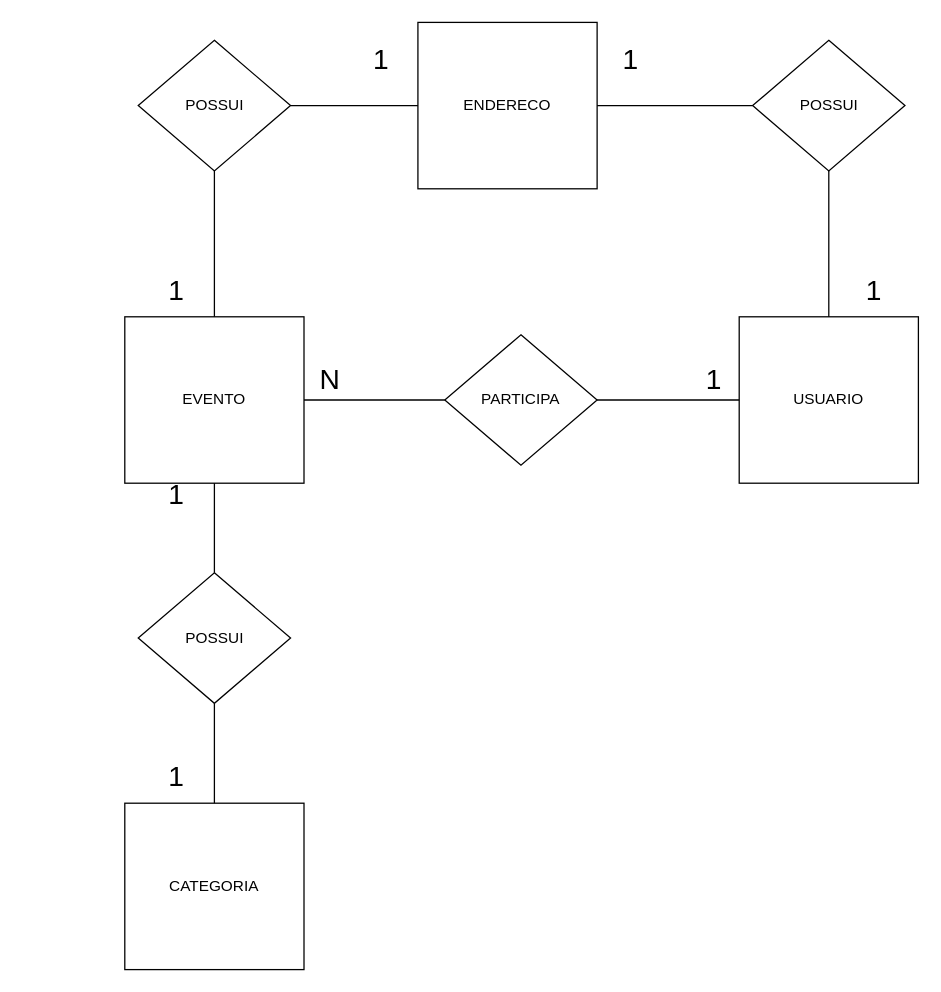
Earlier version of the draw.io diagram Docs/DER_Gepeto.drawio (lukescmg/gepeto). Source tidied: cells renumbered, new cells numbered last; positions are measured from the earlier drawing's top-left corner, leaving out a move shared by most shapes. Both pictures are drawn from the tidied source at 128%, with x=0, y=0 at pixel (124, 22).
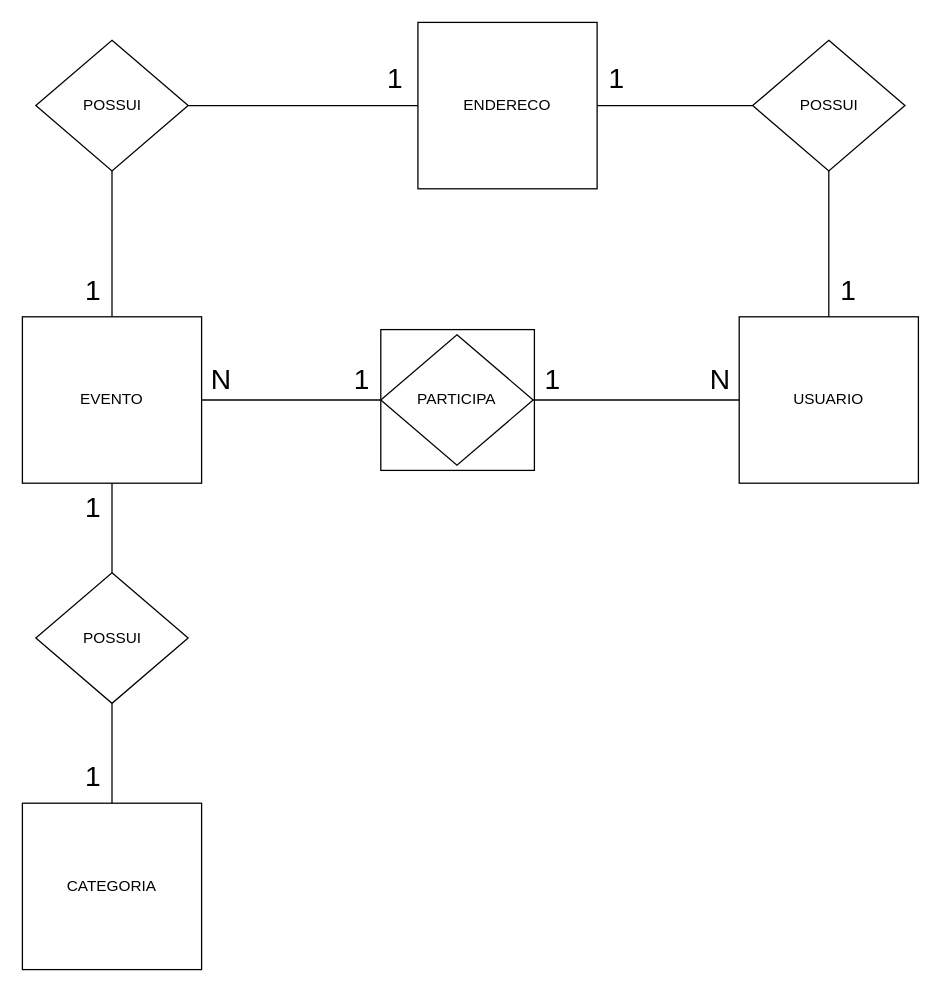
Above is the later version.

Commit message:
alteração do DER

Diff of the diagram source:
```diff
@@
+    <mxCell id="26" style="rounded=0;whiteSpace=wrap;html=1;" parent="1" vertex="1">
+      <mxGeometry x="200" y="240" width="120" height="110" as="geometry" />
+    </mxCell>
@@
     <mxCell id="4" value="CATEGORIA" style="rounded=0;whiteSpace=wrap;html=1;" parent="1" vertex="1">
-      <mxGeometry y="610" width="140" height="130" as="geometry" />
+      <mxGeometry x="-80" y="610" width="140" height="130" as="geometry" />
     </mxCell>
     <mxCell id="5" value="EVENTO" style="rounded=0;whiteSpace=wrap;html=1;" parent="1" vertex="1">
-      <mxGeometry y="230" width="140" height="130" as="geometry" />
+      <mxGeometry x="-80" y="230" width="140" height="130" as="geometry" />
     </mxCell>
@@
     <mxCell id="8" value="PARTICIPA" style="rhombus;whiteSpace=wrap;html=1;" parent="1" vertex="1">
-      <mxGeometry x="250" y="244" width="119" height="102" as="geometry" />
+      <mxGeometry x="200" y="244" width="119" height="102" as="geometry" />
     </mxCell>
     <mxCell id="9" value="1" style="text;html=1;align=center;verticalAlign=middle;strokeColor=none;fillColor=none;fontSize=22;" parent="1" vertex="1">
-      <mxGeometry x="445" y="265" width="30" height="30" as="geometry" />
+      <mxGeometry x="319" y="265" width="30" height="30" as="geometry" />
     </mxCell>
     <mxCell id="10" value="N" style="text;html=1;align=center;verticalAlign=middle;strokeColor=none;fillColor=none;fontSize=22;" parent="1" vertex="1">
-      <mxGeometry x="145" y="265" width="30" height="30" as="geometry" />
+      <mxGeometry x="60" y="265" width="30" height="30" as="geometry" />
     </mxCell>
@@
     <mxCell id="13" value="POSSUI" style="rhombus;whiteSpace=wrap;html=1;" parent="1" vertex="1">
-      <mxGeometry x="10.5" y="430" width="119" height="102" as="geometry" />
+      <mxGeometry x="-69.5" y="430" width="119" height="102" as="geometry" />
     </mxCell>
     <mxCell id="14" value="1" style="text;html=1;align=center;verticalAlign=middle;strokeColor=none;fillColor=none;fontSize=22;" parent="1" vertex="1">
-      <mxGeometry x="25" y="355" width="30" height="30" as="geometry" />
+      <mxGeometry x="-40" y="365" width="30" height="30" as="geometry" />
     </mxCell>
     <mxCell id="15" value="1" style="text;html=1;align=center;verticalAlign=middle;strokeColor=none;fillColor=none;fontSize=22;" parent="1" vertex="1">
-      <mxGeometry x="25" y="575" width="30" height="30" as="geometry" />
+      <mxGeometry x="-40" y="575" width="30" height="30" as="geometry" />
     </mxCell>
@@
     <mxCell id="18" value="POSSUI" style="rhombus;whiteSpace=wrap;html=1;" parent="1" vertex="1">
-      <mxGeometry x="10.5" y="14" width="119" height="102" as="geometry" />
+      <mxGeometry x="-69.5" y="14" width="119" height="102" as="geometry" />
     </mxCell>
@@
     <mxCell id="22" value="1" style="text;html=1;align=center;verticalAlign=middle;strokeColor=none;fillColor=none;fontSize=22;" parent="1" vertex="1">
-      <mxGeometry x="25" y="195" width="30" height="30" as="geometry" />
+      <mxGeometry x="-40" y="195" width="30" height="30" as="geometry" />
     </mxCell>
     <mxCell id="23" value="1" style="text;html=1;align=center;verticalAlign=middle;strokeColor=none;fillColor=none;fontSize=22;" parent="1" vertex="1">
-      <mxGeometry x="185" y="15" width="30" height="30" as="geometry" />
+      <mxGeometry x="196" y="30" width="30" height="30" as="geometry" />
     </mxCell>
     <mxCell id="24" value="1" style="text;html=1;align=center;verticalAlign=middle;strokeColor=none;fillColor=none;fontSize=22;" parent="1" vertex="1">
-      <mxGeometry x="570" y="195" width="30" height="30" as="geometry" />
+      <mxGeometry x="550" y="195" width="30" height="30" as="geometry" />
     </mxCell>
     <mxCell id="25" value="1" style="text;html=1;align=center;verticalAlign=middle;strokeColor=none;fillColor=none;fontSize=22;" parent="1" vertex="1">
-      <mxGeometry x="380" y="15" width="30" height="30" as="geometry" />
+      <mxGeometry x="369" y="30" width="30" height="30" as="geometry" />
     </mxCell>
+    <mxCell id="27" value="N" style="text;html=1;align=center;verticalAlign=middle;strokeColor=none;fillColor=none;fontSize=22;" parent="1" vertex="1">
+      <mxGeometry x="450" y="265" width="30" height="30" as="geometry" />
+    </mxCell>
+    <mxCell id="28" value="1" style="text;html=1;align=center;verticalAlign=middle;strokeColor=none;fillColor=none;fontSize=22;" parent="1" vertex="1">
+      <mxGeometry x="170" y="265" width="30" height="30" as="geometry" />
+    </mxCell>
```
